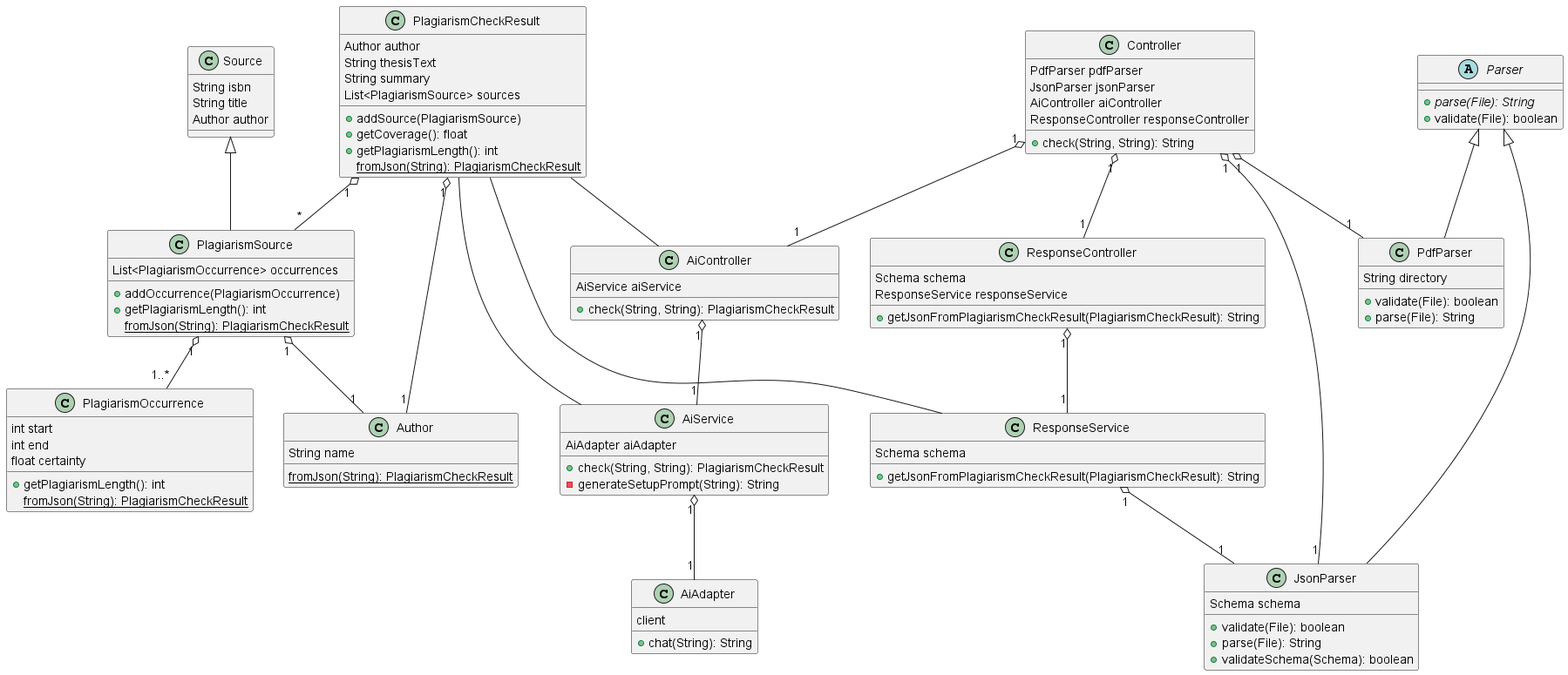
Above: images/diagrams/Klassendiagramm.png in DHBW-FN/ti21-sweng2 (PlantUML), before the change.
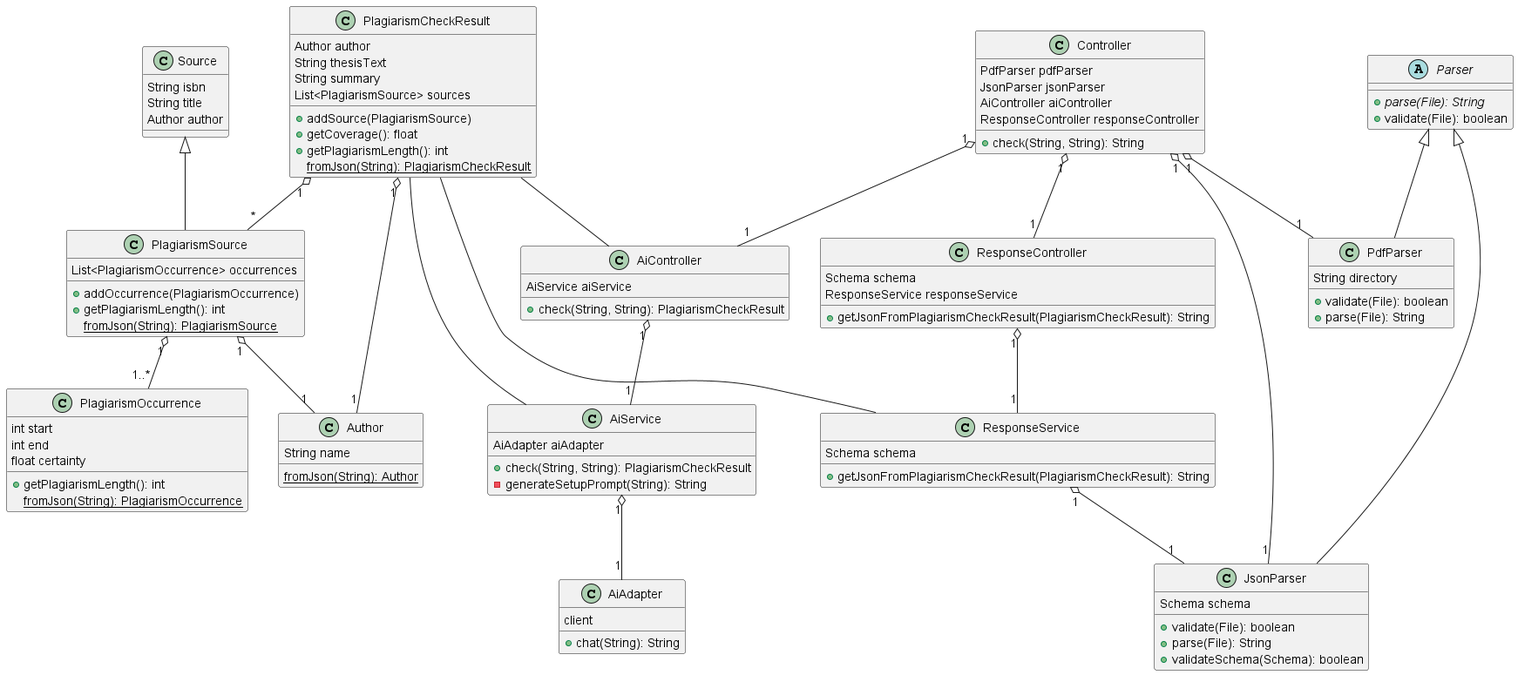
Above is the later version.

Commit message:
fix(layout): Apply various changes

Diff of the diagram source:
```diff
@@ -14,7 +14,7 @@
     List<PlagiarismOccurrence> occurrences
     +addOccurrence(PlagiarismOccurrence)
     +getPlagiarismLength(): int
-    {static} fromJson(String): PlagiarismCheckResult
+    {static} fromJson(String): PlagiarismSource
 }
 
 class PlagiarismOccurrence {
@@ -22,12 +22,12 @@
     int end
     float certainty
     +getPlagiarismLength(): int
-    {static} fromJson(String): PlagiarismCheckResult
+    {static} fromJson(String): PlagiarismOccurrence
 }
 
 class Author {
     String name
-    {static} fromJson(String): PlagiarismCheckResult
+    {static} fromJson(String): Author
 }
 
 class Source {
```
